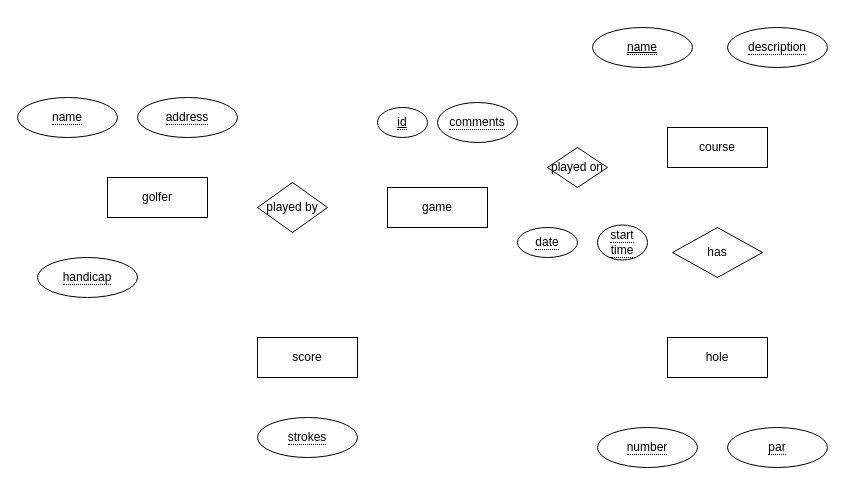
Earlier version of the draw.io diagram Untitled Diagram.drawio (ChaoyangS/11). Source tidied: cells renumbered, new cells numbered last; positions are measured from the earlier drawing's top-left corner, leaving out a move shared by most shapes. Both pictures are drawn from the tidied source at 100%, with x=0, y=0 at pixel (17, 27).
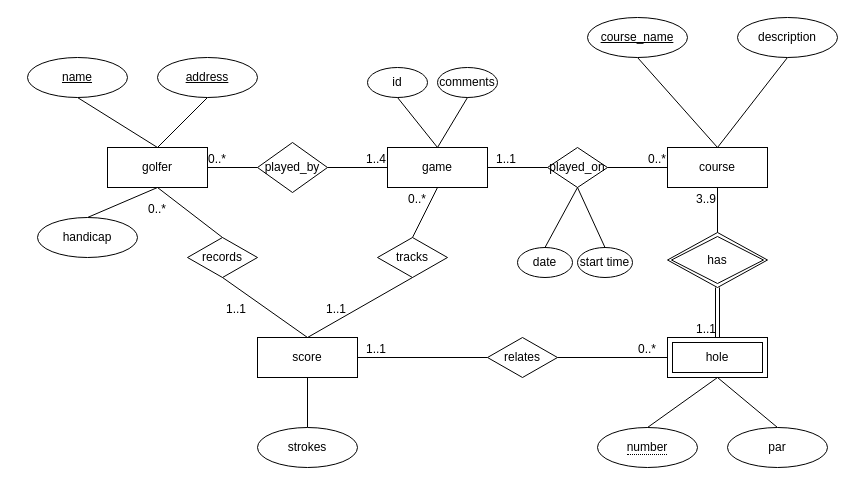
After the change.

The change refers to these unchanged cells:
```xml
<mxCell id="7" value="&lt;span style=&quot;border-bottom: 1px dotted&quot;&gt;number&lt;/span&gt;" style="ellipse;whiteSpace=wrap;html=1;align=center;" parent="1" vertex="1">
  <mxGeometry x="580" y="400" width="100" height="40" as="geometry" />
</mxCell>
<mxCell id="11" value="score" style="whiteSpace=wrap;html=1;align=center;" parent="1" vertex="1">
  <mxGeometry x="240" y="310" width="100" height="40" as="geometry" />
</mxCell>
```

The edit, as a diff of the source:
```diff
@@
     <mxCell id="2" value="course" style="whiteSpace=wrap;html=1;align=center;" parent="1" vertex="1">
-      <mxGeometry x="650" y="100" width="100" height="40" as="geometry" />
+      <mxGeometry x="650" y="120" width="100" height="40" as="geometry" />
     </mxCell>
-    <mxCell id="3" value="&lt;span style=&quot;border-bottom: 1px dotted&quot;&gt;description&lt;/span&gt;" style="ellipse;whiteSpace=wrap;html=1;align=center;" parent="1" vertex="1">
-      <mxGeometry x="710" width="100" height="40" as="geometry" />
-    </mxCell>
-    <mxCell id="4" value="&lt;span style=&quot;border-bottom: 1px dotted&quot;&gt;name&lt;/span&gt;" style="ellipse;whiteSpace=wrap;html=1;align=center;fontStyle=4;" parent="1" vertex="1">
-      <mxGeometry x="575" width="100" height="40" as="geometry" />
-    </mxCell>
-    <mxCell id="5" value="has" style="shape=rhombus;perimeter=rhombusPerimeter;whiteSpace=wrap;html=1;align=center;" parent="1" vertex="1">
-      <mxGeometry x="655" y="200" width="90" height="50" as="geometry" />
-    </mxCell>
-    <mxCell id="6" value="hole" style="whiteSpace=wrap;html=1;align=center;" parent="1" vertex="1">
-      <mxGeometry x="650" y="310" width="100" height="40" as="geometry" />
-    </mxCell>
@@
-    <mxCell id="8" value="&lt;span style=&quot;border-bottom: 1px dotted&quot;&gt;par&lt;/span&gt;" style="ellipse;whiteSpace=wrap;html=1;align=center;" parent="1" vertex="1">
-      <mxGeometry x="710" y="400" width="100" height="40" as="geometry" />
-    </mxCell>
     <mxCell id="9" value="game" style="whiteSpace=wrap;html=1;align=center;" parent="1" vertex="1">
-      <mxGeometry x="370" y="160" width="100" height="40" as="geometry" />
+      <mxGeometry x="370" y="120" width="100" height="40" as="geometry" />
     </mxCell>
     <mxCell id="10" value="golfer" style="whiteSpace=wrap;html=1;align=center;" parent="1" vertex="1">
-      <mxGeometry x="90" y="150" width="100" height="40" as="geometry" />
+      <mxGeometry x="90" y="120" width="100" height="40" as="geometry" />
     </mxCell>
@@
-    <mxCell id="12" value="&lt;span style=&quot;border-bottom: 1px dotted&quot;&gt;strokes&lt;/span&gt;" style="ellipse;whiteSpace=wrap;html=1;align=center;" parent="1" vertex="1">
-      <mxGeometry x="240" y="390" width="100" height="40" as="geometry" />
-    </mxCell>
-    <mxCell id="13" value="played on" style="shape=rhombus;perimeter=rhombusPerimeter;whiteSpace=wrap;html=1;align=center;" parent="1" vertex="1">
+    <mxCell id="13" value="played_on" style="shape=rhombus;perimeter=rhombusPerimeter;whiteSpace=wrap;html=1;align=center;" parent="1" vertex="1">
       <mxGeometry x="530" y="120" width="60" height="40" as="geometry" />
     </mxCell>
-    <mxCell id="14" value="played by" style="shape=rhombus;perimeter=rhombusPerimeter;whiteSpace=wrap;html=1;align=center;" parent="1" vertex="1">
-      <mxGeometry x="240" y="155" width="70" height="50" as="geometry" />
+    <mxCell id="14" value="played_by" style="shape=rhombus;perimeter=rhombusPerimeter;whiteSpace=wrap;html=1;align=center;" parent="1" vertex="1">
+      <mxGeometry x="240" y="115" width="70" height="50" as="geometry" />
     </mxCell>
+    <mxCell id="22" style="endArrow=none;html=1;rounded=0;entryX=0.5;entryY=0;entryDx=0;entryDy=0;exitX=0.5;exitY=1;exitDx=0;exitDy=0;" parent="1" edge="1" source="41" target="10">
+      <mxGeometry relative="1" as="geometry" />
+    </mxCell>
+    <mxCell id="23" style="endArrow=none;html=1;rounded=0;exitX=0.5;exitY=1;exitDx=0;exitDy=0;entryX=0.5;entryY=0;entryDx=0;entryDy=0;" parent="1" edge="1" source="18" target="10">
+      <mxGeometry relative="1" as="geometry" />
+    </mxCell>
+    <mxCell id="6" value="hole" style="shape=ext;margin=3;double=1;whiteSpace=wrap;html=1;align=center;" parent="1" vertex="1">
+      <mxGeometry x="650" y="310" width="100" height="40" as="geometry" />
+    </mxCell>
+    <mxCell id="5" value="has" style="shape=rhombus;double=1;perimeter=rhombusPerimeter;whiteSpace=wrap;html=1;align=center;" parent="1" vertex="1">
+      <mxGeometry x="650" y="205" width="100" height="55" as="geometry" />
+    </mxCell>
+    <mxCell id="24" style="endArrow=none;html=1;rounded=0;entryX=0.5;entryY=1;entryDx=0;entryDy=0;exitX=0.5;exitY=0;exitDx=0;exitDy=0;" parent="1" edge="1" source="5" target="2">
+      <mxGeometry relative="1" as="geometry" />
+    </mxCell>
+    <mxCell id="25" value="3..9" style="html=1;whiteSpace=wrap;align=right;verticalAlign=bottom;" parent="24" vertex="1">
+      <mxGeometry x="1" relative="1" as="geometry">
+        <mxPoint y="20" as="offset" />
+      </mxGeometry>
+    </mxCell>
+    <mxCell id="26" style="endArrow=none;html=1;rounded=0;entryX=0.5;entryY=1;entryDx=0;entryDy=0;exitX=0.5;exitY=0;exitDx=0;exitDy=0;" parent="1" edge="1" source="2" target="44">
+      <mxGeometry relative="1" as="geometry" />
+    </mxCell>
+    <mxCell id="27" style="endArrow=none;html=1;rounded=0;exitX=0.5;exitY=1;exitDx=0;exitDy=0;entryX=0.5;entryY=0;entryDx=0;entryDy=0;" parent="1" edge="1" source="3" target="2">
+      <mxGeometry relative="1" as="geometry" />
+    </mxCell>
+    <mxCell id="28" style="endArrow=none;html=1;rounded=0;entryX=0;entryY=0.5;entryDx=0;entryDy=0;exitX=1;exitY=0.5;exitDx=0;exitDy=0;" parent="1" edge="1" source="13" target="2">
+      <mxGeometry relative="1" as="geometry" />
+    </mxCell>
+    <mxCell id="29" value="0..*" style="html=1;whiteSpace=wrap;align=right;verticalAlign=bottom;rotation=0;" parent="28" vertex="1">
+      <mxGeometry x="1" relative="1" as="geometry" />
+    </mxCell>
+    <mxCell id="30" style="endArrow=none;html=1;rounded=0;entryX=0;entryY=0.5;entryDx=0;entryDy=0;exitX=1;exitY=0.5;exitDx=0;exitDy=0;" parent="1" edge="1" source="9" target="13">
+      <mxGeometry relative="1" as="geometry" />
+    </mxCell>
+    <mxCell id="31" value="1..1" style="html=1;whiteSpace=wrap;align=right;verticalAlign=bottom;rotation=0;" parent="30" vertex="1">
+      <mxGeometry x="1" relative="1" as="geometry">
+        <mxPoint x="-30" as="offset" />
+      </mxGeometry>
+    </mxCell>
+    <mxCell id="32" style="shape=link;html=1;rounded=0;exitX=0.5;exitY=1;exitDx=0;exitDy=0;entryX=0.5;entryY=0;entryDx=0;entryDy=0;" parent="1" edge="1" source="5" target="6">
+      <mxGeometry relative="1" as="geometry" />
+    </mxCell>
+    <mxCell id="33" value="1..1" style="html=1;whiteSpace=wrap;align=right;verticalAlign=bottom;" parent="32" vertex="1">
+      <mxGeometry x="1" relative="1" as="geometry" />
+    </mxCell>
+    <mxCell id="34" style="endArrow=none;html=1;rounded=0;exitX=1;exitY=0.5;exitDx=0;exitDy=0;entryX=0;entryY=0.5;entryDx=0;entryDy=0;" parent="1" edge="1" source="14" target="9">
+      <mxGeometry relative="1" as="geometry" />
+    </mxCell>
+    <mxCell id="35" value="1..4" style="html=1;whiteSpace=wrap;align=right;verticalAlign=bottom;" parent="34" vertex="1">
+      <mxGeometry x="1" relative="1" as="geometry" />
+    </mxCell>
+    <mxCell id="36" style="endArrow=none;html=1;rounded=0;entryX=1;entryY=0.5;entryDx=0;entryDy=0;" parent="1" edge="1" target="10">
+      <mxGeometry relative="1" as="geometry">
+        <mxPoint x="240" y="140" as="sourcePoint" />
+      </mxGeometry>
+    </mxCell>
+    <mxCell id="37" value="0..*" style="html=1;whiteSpace=wrap;align=right;verticalAlign=bottom;" parent="36" vertex="1">
+      <mxGeometry x="1" relative="1" as="geometry">
+        <mxPoint x="20" as="offset" />
+      </mxGeometry>
+    </mxCell>
+    <mxCell id="38" style="endArrow=none;html=1;rounded=0;entryX=0.5;entryY=1;entryDx=0;entryDy=0;exitX=0.5;exitY=0;exitDx=0;exitDy=0;" parent="1" edge="1" source="19" target="10">
+      <mxGeometry relative="1" as="geometry" />
+    </mxCell>
+    <mxCell id="39" style="endArrow=none;html=1;rounded=0;entryX=0.5;entryY=1;entryDx=0;entryDy=0;exitX=0.5;exitY=0;exitDx=0;exitDy=0;" parent="1" edge="1" source="7" target="6">
+      <mxGeometry relative="1" as="geometry" />
+    </mxCell>
+    <mxCell id="40" style="endArrow=none;html=1;rounded=0;exitX=0.5;exitY=1;exitDx=0;exitDy=0;entryX=0.5;entryY=0;entryDx=0;entryDy=0;" parent="1" edge="1" source="6" target="8">
+      <mxGeometry relative="1" as="geometry" />
+    </mxCell>
+    <mxCell id="41" value="name" style="ellipse;whiteSpace=wrap;html=1;align=center;fontStyle=4;" parent="1" vertex="1">
+      <mxGeometry x="10" y="30" width="100" height="40" as="geometry" />
+    </mxCell>
-    <mxCell id="15" value="&lt;span style=&quot;border-bottom: 1px dotted&quot;&gt;&lt;u&gt;id&lt;/u&gt;&lt;/span&gt;" style="ellipse;whiteSpace=wrap;html=1;align=center;" parent="1" vertex="1">
-      <mxGeometry x="360" y="80" width="50" height="30" as="geometry" />
+    <mxCell id="15" value="id" style="ellipse;whiteSpace=wrap;html=1;align=center;" parent="1" vertex="1">
+      <mxGeometry x="350" y="40" width="60" height="30" as="geometry" />
     </mxCell>
-    <mxCell id="16" value="&lt;span style=&quot;border-bottom: 1px dotted&quot;&gt;comments&lt;/span&gt;" style="ellipse;whiteSpace=wrap;html=1;align=center;" parent="1" vertex="1">
-      <mxGeometry x="420" y="75" width="80" height="40" as="geometry" />
+    <mxCell id="16" value="comments" style="ellipse;whiteSpace=wrap;html=1;align=center;" parent="1" vertex="1">
+      <mxGeometry x="420" y="40" width="60" height="30" as="geometry" />
     </mxCell>
-    <mxCell id="17" value="&lt;span style=&quot;border-bottom: 1px dotted&quot;&gt;name&lt;/span&gt;" style="ellipse;whiteSpace=wrap;html=1;align=center;" parent="1" vertex="1">
-      <mxGeometry y="70" width="100" height="40" as="geometry" />
-    </mxCell>
-    <mxCell id="18" value="&lt;span style=&quot;border-bottom: 1px dotted&quot;&gt;address&lt;/span&gt;" style="ellipse;whiteSpace=wrap;html=1;align=center;" parent="1" vertex="1">
-      <mxGeometry x="120" y="70" width="100" height="40" as="geometry" />
+    <mxCell id="18" value="address" style="ellipse;whiteSpace=wrap;html=1;align=center;fontStyle=4;" parent="1" vertex="1">
+      <mxGeometry x="140" y="30" width="100" height="40" as="geometry" />
     </mxCell>
-    <mxCell id="19" value="&lt;span style=&quot;border-bottom: 1px dotted&quot;&gt;handicap&lt;/span&gt;" style="ellipse;whiteSpace=wrap;html=1;align=center;" parent="1" vertex="1">
-      <mxGeometry x="20" y="230" width="100" height="40" as="geometry" />
+    <mxCell id="19" value="handicap" style="ellipse;whiteSpace=wrap;html=1;align=center;" parent="1" vertex="1">
+      <mxGeometry x="20" y="190" width="100" height="40" as="geometry" />
     </mxCell>
+    <mxCell id="21" value="date" style="ellipse;whiteSpace=wrap;html=1;align=center;" parent="1" vertex="1">
+      <mxGeometry x="500" y="220" width="55" height="30" as="geometry" />
+    </mxCell>
-    <mxCell id="20" value="&lt;span style=&quot;border-bottom: 1px dotted&quot;&gt;start time&lt;/span&gt;" style="ellipse;whiteSpace=wrap;html=1;align=center;" parent="1" vertex="1">
-      <mxGeometry x="580" y="197.5" width="50" height="35" as="geometry" />
+    <mxCell id="20" value="start time" style="ellipse;whiteSpace=wrap;html=1;align=center;" parent="1" vertex="1">
+      <mxGeometry x="560" y="220" width="55" height="30" as="geometry" />
     </mxCell>
-    <mxCell id="21" value="&lt;span style=&quot;border-bottom: 1px dotted&quot;&gt;date&lt;/span&gt;" style="ellipse;whiteSpace=wrap;html=1;align=center;" parent="1" vertex="1">
-      <mxGeometry x="500" y="200" width="60" height="30" as="geometry" />
-    </mxCell>
+    <mxCell id="42" style="endArrow=none;html=1;rounded=0;entryX=0.5;entryY=1;entryDx=0;entryDy=0;exitX=0.5;exitY=0;exitDx=0;exitDy=0;" parent="1" edge="1" source="21" target="13">
+      <mxGeometry relative="1" as="geometry" />
+    </mxCell>
+    <mxCell id="43" style="endArrow=none;html=1;rounded=0;entryX=0.5;entryY=1;entryDx=0;entryDy=0;exitX=0.5;exitY=0;exitDx=0;exitDy=0;" parent="1" edge="1" source="20" target="13">
+      <mxGeometry relative="1" as="geometry" />
+    </mxCell>
+    <mxCell id="44" value="course_name" style="ellipse;whiteSpace=wrap;html=1;align=center;fontStyle=4;" parent="1" vertex="1">
+      <mxGeometry x="570" y="-10" width="100" height="40" as="geometry" />
+    </mxCell>
+    <mxCell id="3" value="description" style="ellipse;whiteSpace=wrap;html=1;align=center;" parent="1" vertex="1">
+      <mxGeometry x="720" y="-10" width="100" height="40" as="geometry" />
+    </mxCell>
+    <mxCell id="45" style="endArrow=none;html=1;rounded=0;exitX=0.5;exitY=1;exitDx=0;exitDy=0;entryX=0.5;entryY=0;entryDx=0;entryDy=0;" parent="1" edge="1" source="15" target="9">
+      <mxGeometry relative="1" as="geometry" />
+    </mxCell>
+    <mxCell id="46" style="endArrow=none;html=1;rounded=0;exitX=0.5;exitY=1;exitDx=0;exitDy=0;entryX=0.5;entryY=0;entryDx=0;entryDy=0;" parent="1" edge="1" source="16" target="9">
+      <mxGeometry relative="1" as="geometry" />
+    </mxCell>
+    <mxCell id="8" value="par" style="ellipse;whiteSpace=wrap;html=1;align=center;" parent="1" vertex="1">
+      <mxGeometry x="710" y="400" width="100" height="40" as="geometry" />
+    </mxCell>
+    <mxCell id="47" style="endArrow=none;html=1;rounded=0;exitX=0.5;exitY=1;exitDx=0;exitDy=0;entryX=0.5;entryY=0;entryDx=0;entryDy=0;" parent="1" edge="1" source="11" target="12">
+      <mxGeometry relative="1" as="geometry" />
+    </mxCell>
+    <mxCell id="12" value="strokes" style="ellipse;whiteSpace=wrap;html=1;align=center;" parent="1" vertex="1">
+      <mxGeometry x="240" y="400" width="100" height="40" as="geometry" />
+    </mxCell>
+    <mxCell id="48" value="records" style="shape=rhombus;perimeter=rhombusPerimeter;whiteSpace=wrap;html=1;align=center;" parent="1" vertex="1">
+      <mxGeometry x="170" y="210" width="70" height="40" as="geometry" />
+    </mxCell>
+    <mxCell id="49" value="tracks" style="shape=rhombus;perimeter=rhombusPerimeter;whiteSpace=wrap;html=1;align=center;" parent="1" vertex="1">
+      <mxGeometry x="360" y="210" width="70" height="40" as="geometry" />
+    </mxCell>
+    <mxCell id="50" value="relates" style="shape=rhombus;perimeter=rhombusPerimeter;whiteSpace=wrap;html=1;align=center;" parent="1" vertex="1">
+      <mxGeometry x="470" y="310" width="70" height="40" as="geometry" />
+    </mxCell>
+    <mxCell id="51" style="endArrow=none;html=1;rounded=0;exitX=0.5;exitY=0;exitDx=0;exitDy=0;entryX=0.5;entryY=1;entryDx=0;entryDy=0;" parent="1" edge="1" source="48" target="10">
+      <mxGeometry relative="1" as="geometry" />
+    </mxCell>
+    <mxCell id="52" value="0..*" style="html=1;whiteSpace=wrap;align=right;verticalAlign=bottom;" parent="51" vertex="1">
+      <mxGeometry x="1" relative="1" as="geometry">
+        <mxPoint x="10" y="30" as="offset" />
+      </mxGeometry>
+    </mxCell>
+    <mxCell id="53" style="endArrow=none;html=1;rounded=0;entryX=0.5;entryY=1;entryDx=0;entryDy=0;exitX=0.5;exitY=0;exitDx=0;exitDy=0;" parent="1" edge="1" source="49" target="9">
+      <mxGeometry relative="1" as="geometry" />
+    </mxCell>
+    <mxCell id="54" value="0..*" style="html=1;whiteSpace=wrap;align=right;verticalAlign=bottom;" parent="53" vertex="1">
+      <mxGeometry x="1" relative="1" as="geometry">
+        <mxPoint x="-10" y="20" as="offset" />
+      </mxGeometry>
+    </mxCell>
+    <mxCell id="55" style="endArrow=none;html=1;rounded=0;exitX=0.5;exitY=1;exitDx=0;exitDy=0;entryX=0.5;entryY=0;entryDx=0;entryDy=0;" parent="1" edge="1" source="49" target="11">
+      <mxGeometry relative="1" as="geometry" />
+    </mxCell>
+    <mxCell id="56" value="1..1" style="html=1;whiteSpace=wrap;align=right;verticalAlign=bottom;" parent="55" vertex="1">
+      <mxGeometry x="1" relative="1" as="geometry">
+        <mxPoint x="40" y="-20" as="offset" />
+      </mxGeometry>
+    </mxCell>
+    <mxCell id="57" style="endArrow=none;html=1;rounded=0;exitX=0.5;exitY=1;exitDx=0;exitDy=0;entryX=0.5;entryY=0;entryDx=0;entryDy=0;" parent="1" edge="1" source="48" target="11">
+      <mxGeometry relative="1" as="geometry" />
+    </mxCell>
+    <mxCell id="58" value="1..1" style="html=1;whiteSpace=wrap;align=right;verticalAlign=bottom;" parent="57" vertex="1">
+      <mxGeometry x="1" relative="1" as="geometry">
+        <mxPoint x="-60" y="-20" as="offset" />
+      </mxGeometry>
+    </mxCell>
+    <mxCell id="59" style="endArrow=none;html=1;rounded=0;exitX=1;exitY=0.5;exitDx=0;exitDy=0;entryX=0;entryY=0.5;entryDx=0;entryDy=0;" parent="1" edge="1" source="11" target="50">
+      <mxGeometry relative="1" as="geometry" />
+    </mxCell>
+    <mxCell id="60" value="1..1" style="html=1;whiteSpace=wrap;align=right;verticalAlign=bottom;" parent="59" vertex="1">
+      <mxGeometry x="1" relative="1" as="geometry">
+        <mxPoint x="-100" as="offset" />
+      </mxGeometry>
+    </mxCell>
+    <mxCell id="61" style="endArrow=none;html=1;rounded=0;exitX=1;exitY=0.5;exitDx=0;exitDy=0;entryX=0;entryY=0.5;entryDx=0;entryDy=0;" parent="1" edge="1" source="50" target="6">
+      <mxGeometry relative="1" as="geometry" />
+    </mxCell>
+    <mxCell id="62" value="0..*" style="html=1;whiteSpace=wrap;align=right;verticalAlign=bottom;" parent="61" vertex="1">
+      <mxGeometry x="1" relative="1" as="geometry">
+        <mxPoint x="-10" as="offset" />
+      </mxGeometry>
+    </mxCell>
```
